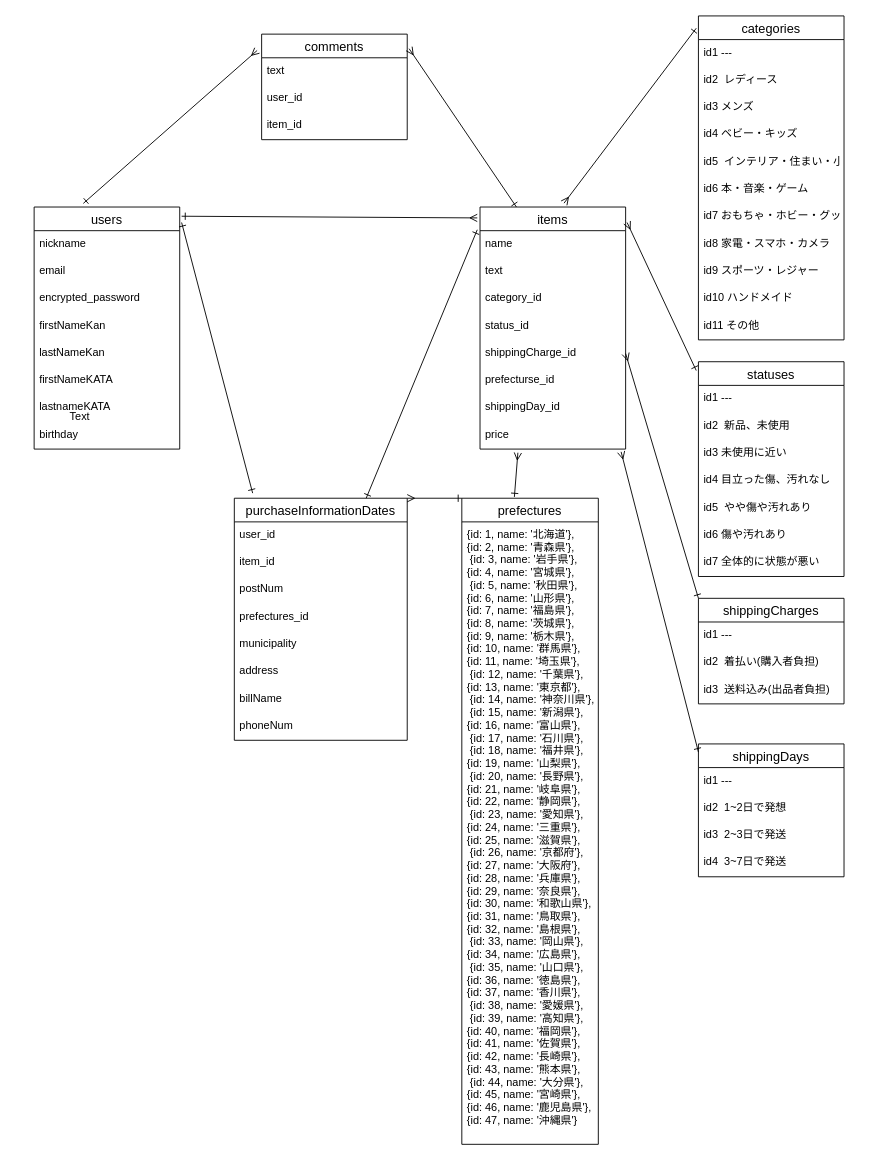
Before: ER.dio in Naoki-Kakimura/furima-34447, a draw.io diagram. Source tidied: cells renumbered, new cells numbered last; positions are measured from the earlier drawing's top-left corner, leaving out a move shared by most shapes. Both pictures are drawn from the tidied source at 91%, with x=0, y=0 at pixel (34, 15).
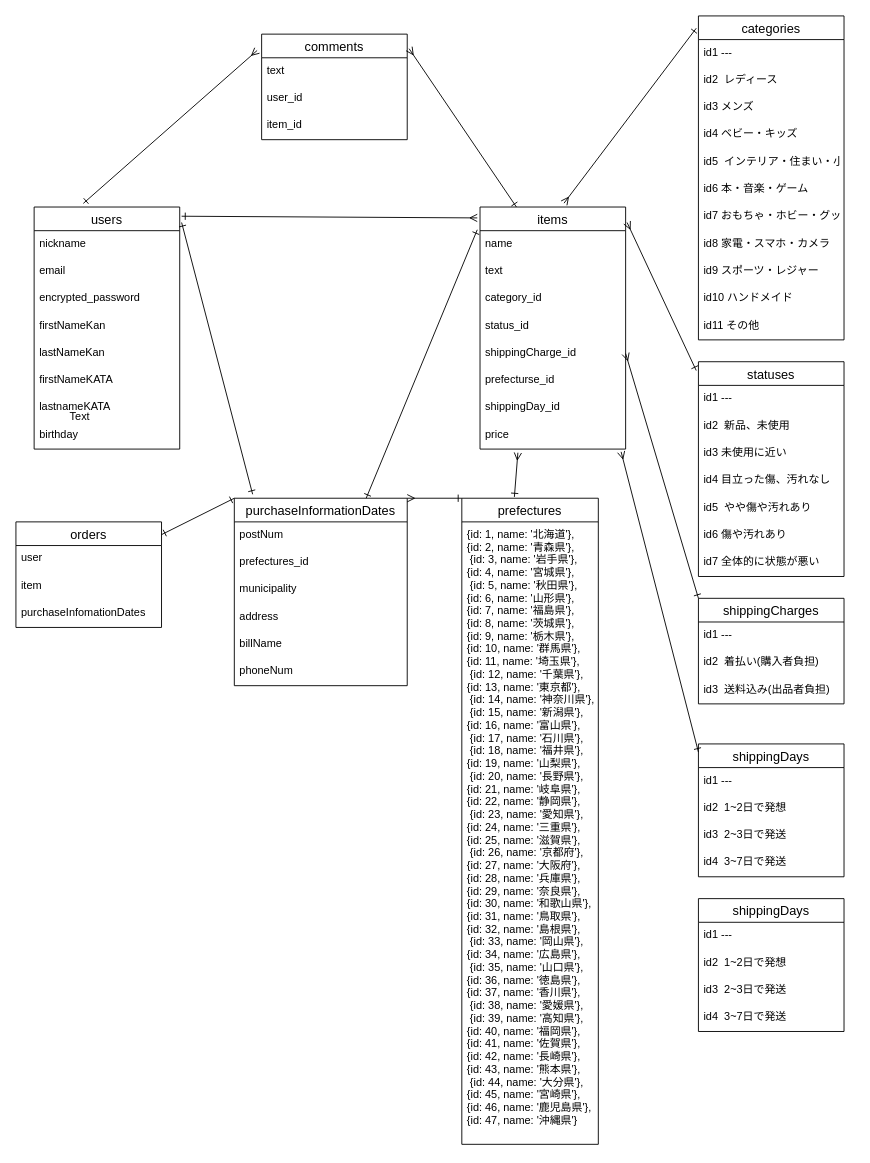
The same page after the edit.

Commit message (it also covers changes not shown here):
ER図・READEMEの修正(２回目)

The edit, as a diff of the source:
```diff
@@
     <mxCell id="24" value="purchaseInformationDates" style="swimlane;fontStyle=0;horizontal=1;startSize=26;align=center;fontSize=14;" parent="1" vertex="1">
-      <mxGeometry x="220" y="530" width="190" height="266" as="geometry" />
+      <mxGeometry x="220" y="530" width="190" height="206" as="geometry" />
     </mxCell>
-    <mxCell id="25" value="user_id" style="text;strokeColor=none;fillColor=none;spacingLeft=4;spacingRight=4;overflow=hidden;fontSize=12;" parent="24" vertex="1">
-      <mxGeometry y="26" width="190" height="30" as="geometry" />
-    </mxCell>
-    <mxCell id="26" value="item_id" style="text;strokeColor=none;fillColor=none;spacingLeft=4;spacingRight=4;overflow=hidden;fontSize=12;" parent="24" vertex="1">
-      <mxGeometry y="56" width="190" height="30" as="geometry" />
-    </mxCell>
     <mxCell id="27" value="postNum" style="text;strokeColor=none;fillColor=none;spacingLeft=4;spacingRight=4;overflow=hidden;fontSize=12;" parent="24" vertex="1">
-      <mxGeometry y="86" width="190" height="30" as="geometry" />
+      <mxGeometry y="26" width="190" height="30" as="geometry" />
     </mxCell>
     <mxCell id="28" value="prefectures_id&#10;" style="text;strokeColor=none;fillColor=none;spacingLeft=4;spacingRight=4;overflow=hidden;fontSize=12;" parent="24" vertex="1">
-      <mxGeometry y="116" width="190" height="30" as="geometry" />
+      <mxGeometry y="56" width="190" height="30" as="geometry" />
     </mxCell>
     <mxCell id="29" value="municipality" style="text;strokeColor=none;fillColor=none;spacingLeft=4;spacingRight=4;overflow=hidden;fontSize=12;" parent="24" vertex="1">
-      <mxGeometry y="146" width="190" height="30" as="geometry" />
+      <mxGeometry y="86" width="190" height="30" as="geometry" />
     </mxCell>
     <mxCell id="30" value="address" style="text;strokeColor=none;fillColor=none;spacingLeft=4;spacingRight=4;overflow=hidden;fontSize=12;" parent="24" vertex="1">
-      <mxGeometry y="176" width="190" height="30" as="geometry" />
+      <mxGeometry y="116" width="190" height="30" as="geometry" />
     </mxCell>
     <mxCell id="31" value="billName" style="text;strokeColor=none;fillColor=none;spacingLeft=4;spacingRight=4;overflow=hidden;fontSize=12;" parent="24" vertex="1">
-      <mxGeometry y="206" width="190" height="30" as="geometry" />
+      <mxGeometry y="146" width="190" height="30" as="geometry" />
     </mxCell>
     <mxCell id="32" value="phoneNum" style="text;strokeColor=none;fillColor=none;spacingLeft=4;spacingRight=4;overflow=hidden;fontSize=12;" parent="24" vertex="1">
-      <mxGeometry y="236" width="190" height="30" as="geometry" />
+      <mxGeometry y="176" width="190" height="30" as="geometry" />
     </mxCell>
@@
+    <mxCell id="77" value="shippingDays" style="swimlane;fontStyle=0;horizontal=1;startSize=26;align=center;fontSize=14;" parent="1" vertex="1">
+      <mxGeometry x="730" y="970" width="160" height="146" as="geometry" />
+    </mxCell>
+    <mxCell id="78" value="id1 ---&#10;" style="text;strokeColor=none;fillColor=none;spacingLeft=4;spacingRight=4;overflow=hidden;fontSize=12;" parent="77" vertex="1">
+      <mxGeometry y="26" width="160" height="30" as="geometry" />
+    </mxCell>
+    <mxCell id="79" value="id2  1~2日で発想" style="text;strokeColor=none;fillColor=none;spacingLeft=4;spacingRight=4;overflow=hidden;fontSize=12;" parent="77" vertex="1">
+      <mxGeometry y="56" width="160" height="30" as="geometry" />
+    </mxCell>
+    <mxCell id="80" value="id3  2~3日で発送" style="text;strokeColor=none;fillColor=none;spacingLeft=4;spacingRight=4;overflow=hidden;fontSize=12;" parent="77" vertex="1">
+      <mxGeometry y="86" width="160" height="30" as="geometry" />
+    </mxCell>
+    <mxCell id="81" value="id4  3~7日で発送" style="text;strokeColor=none;fillColor=none;spacingLeft=4;spacingRight=4;overflow=hidden;fontSize=12;" parent="77" vertex="1">
+      <mxGeometry y="116" width="160" height="30" as="geometry" />
+    </mxCell>
+    <mxCell id="82" value="orders" style="swimlane;fontStyle=0;horizontal=1;startSize=26;align=center;fontSize=14;" parent="1" vertex="1">
+      <mxGeometry x="-20" y="556" width="160" height="116" as="geometry" />
+    </mxCell>
+    <mxCell id="83" value="user" style="text;strokeColor=none;fillColor=none;spacingLeft=4;spacingRight=4;overflow=hidden;fontSize=12;" parent="82" vertex="1">
+      <mxGeometry y="26" width="160" height="30" as="geometry" />
+    </mxCell>
+    <mxCell id="84" value="item" style="text;strokeColor=none;fillColor=none;spacingLeft=4;spacingRight=4;overflow=hidden;fontSize=12;" parent="82" vertex="1">
+      <mxGeometry y="56" width="160" height="30" as="geometry" />
+    </mxCell>
+    <mxCell id="85" value="purchaseInfomationDates" style="text;strokeColor=none;fillColor=none;spacingLeft=4;spacingRight=4;overflow=hidden;fontSize=12;" parent="82" vertex="1">
+      <mxGeometry y="86" width="160" height="30" as="geometry" />
+    </mxCell>
+    <mxCell id="86" style="fontSize=12;html=1;endArrow=ERone;startArrow=ERone;startFill=0;endFill=0;exitX=0;exitY=0;exitDx=0;exitDy=0;entryX=1.013;entryY=0.064;entryDx=0;entryDy=0;entryPerimeter=0;" parent="1" edge="1" source="24">
+      <mxGeometry relative="1" as="geometry">
+        <mxPoint x="140" y="570" as="targetPoint" />
+      </mxGeometry>
+    </mxCell>
```
